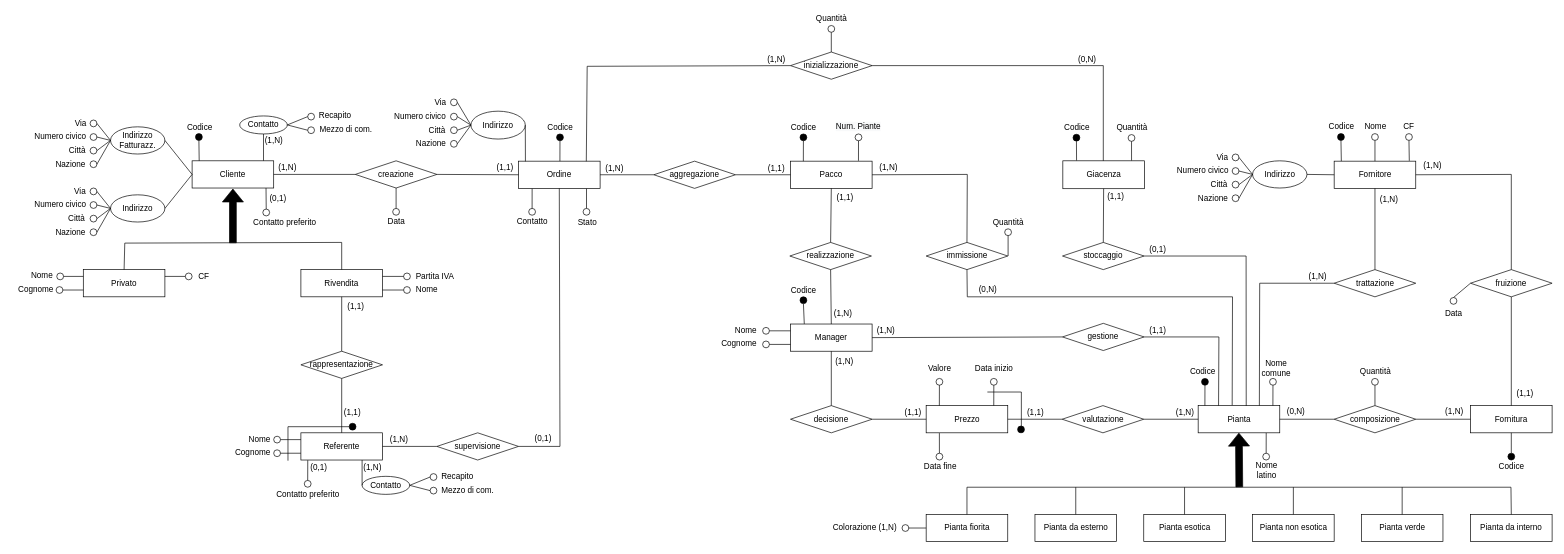
Earlier version of the draw.io diagram ER-diagrams/ER-master.drawio (nic-agos/Verde-S.R.L). Source tidied: cells renumbered, new cells numbered last; positions are measured from the earlier drawing's top-left corner, leaving out a move shared by most shapes. Both pictures are drawn from the tidied source at 68%, with x=0, y=0 at pixel (12, 12).
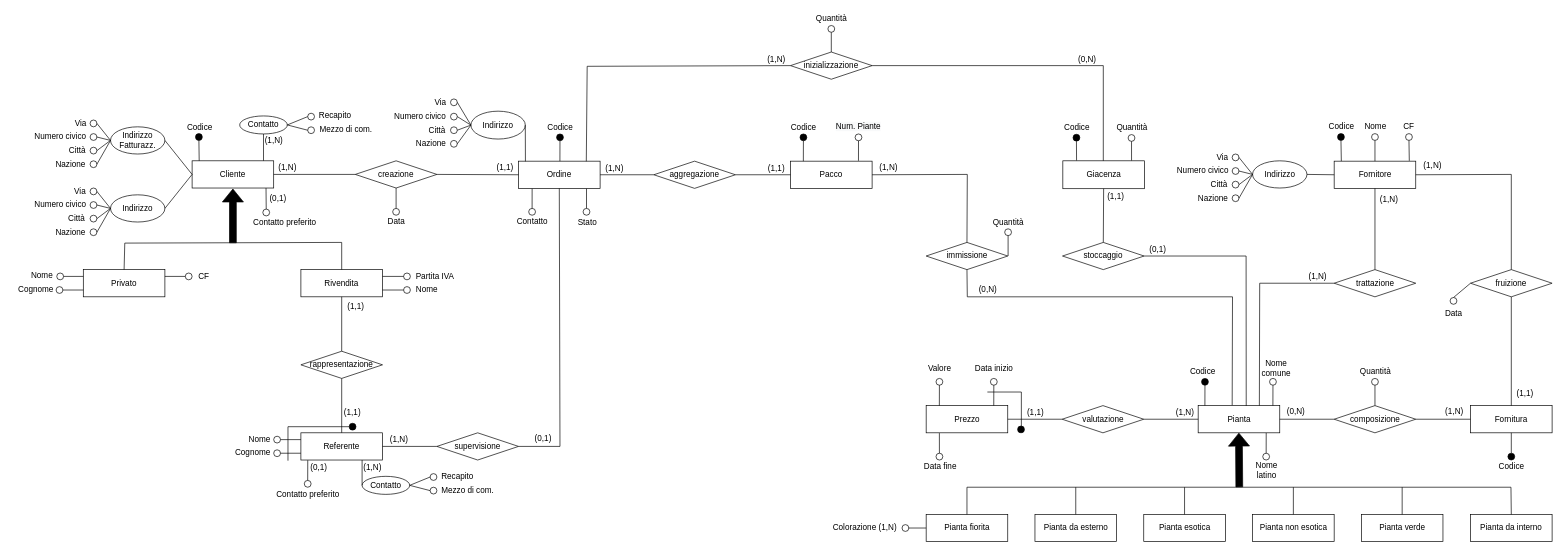
The same diagram, later.

The change refers to these unchanged cells:
```xml
<mxCell id="78" value="Pacco" style="rounded=0;whiteSpace=wrap;html=1;strokeWidth=1;perimeterSpacing=0;" parent="1" vertex="1">
  <mxGeometry x="1145" y="219.5" width="120" height="40" as="geometry" />
</mxCell>
<mxCell id="136" value="Pianta" style="rounded=0;whiteSpace=wrap;html=1;strokeWidth=1;perimeterSpacing=0;" parent="1" vertex="1">
  <mxGeometry x="1744.5" y="579" width="120" height="40" as="geometry" />
</mxCell>
<mxCell id="158" value="Prezzo" style="rounded=0;whiteSpace=wrap;html=1;strokeWidth=1;perimeterSpacing=0;" parent="1" vertex="1">
  <mxGeometry x="1344.5" y="579" width="120" height="40" as="geometry" />
</mxCell>
```

Diff of the diagram source:
```diff
@@
-    <mxCell id="172" value="Manager" style="rounded=0;whiteSpace=wrap;html=1;strokeWidth=1;perimeterSpacing=0;" parent="1" vertex="1">
-      <mxGeometry x="1145" y="459" width="120" height="40" as="geometry" />
-    </mxCell>
-    <mxCell id="173" value="realizzazione" style="rhombus;whiteSpace=wrap;html=1;" parent="1" vertex="1">
-      <mxGeometry x="1144" y="339" width="120" height="40" as="geometry" />
-    </mxCell>
-    <mxCell id="174" value="gestione" style="rhombus;whiteSpace=wrap;html=1;" parent="1" vertex="1">
-      <mxGeometry x="1545" y="458" width="120" height="40" as="geometry" />
-    </mxCell>
-    <mxCell id="175" value="decisione" style="rhombus;whiteSpace=wrap;html=1;" parent="1" vertex="1">
-      <mxGeometry x="1145" y="579" width="120" height="40" as="geometry" />
-    </mxCell>
-    <mxCell id="176" value="(1,N)" style="text;html=1;align=center;verticalAlign=middle;strokeColor=none;fillColor=none;" parent="1" vertex="1">
-      <mxGeometry x="1202" y="434" width="40" height="20" as="geometry" />
-    </mxCell>
-    <mxCell id="177" value="(1,1)" style="text;html=1;align=center;verticalAlign=middle;strokeColor=none;fillColor=none;" parent="1" vertex="1">
-      <mxGeometry x="1305" y="579" width="40" height="20" as="geometry" />
-    </mxCell>
-    <mxCell id="178" value="(1,N)" style="text;html=1;align=center;verticalAlign=middle;strokeColor=none;fillColor=none;" parent="1" vertex="1">
-      <mxGeometry x="1265" y="458" width="40" height="20" as="geometry" />
-    </mxCell>
-    <mxCell id="179" value="(1,N)" style="text;html=1;align=center;verticalAlign=middle;strokeColor=none;fillColor=none;" parent="1" vertex="1">
-      <mxGeometry x="1204" y="505" width="40" height="20" as="geometry" />
-    </mxCell>
-    <mxCell id="180" style="endArrow=none;html=1;rounded=0;entryX=0.5;entryY=1;entryDx=0;entryDy=0;exitX=0.5;exitY=0;exitDx=0;exitDy=0;" parent="1" edge="1" source="173" target="78">
-      <mxGeometry relative="1" as="geometry" />
-    </mxCell>
-    <mxCell id="181" style="endArrow=none;html=1;rounded=0;exitX=0.5;exitY=0;exitDx=0;exitDy=0;entryX=0.5;entryY=1;entryDx=0;entryDy=0;" parent="1" edge="1" source="172" target="173">
-      <mxGeometry relative="1" as="geometry" />
-    </mxCell>
-    <mxCell id="182" style="endArrow=none;html=1;rounded=0;exitX=0.5;exitY=0;exitDx=0;exitDy=0;entryX=0.5;entryY=1;entryDx=0;entryDy=0;" parent="1" edge="1" source="175" target="172">
-      <mxGeometry relative="1" as="geometry" />
-    </mxCell>
-    <mxCell id="183" style="endArrow=none;html=1;rounded=0;exitX=1;exitY=0.5;exitDx=0;exitDy=0;entryX=0;entryY=0.5;entryDx=0;entryDy=0;" parent="1" edge="1" source="175" target="158">
-      <mxGeometry relative="1" as="geometry" />
-    </mxCell>
-    <mxCell id="184" style="endArrow=none;html=1;rounded=0;exitX=1;exitY=0.5;exitDx=0;exitDy=0;entryX=0;entryY=0.5;entryDx=0;entryDy=0;" parent="1" edge="1" source="172" target="174">
-      <mxGeometry relative="1" as="geometry" />
-    </mxCell>
@@
-    <mxCell id="192" value="(1,1)" style="text;html=1;align=center;verticalAlign=middle;strokeColor=none;fillColor=none;" parent="1" vertex="1">
-      <mxGeometry x="1205" y="263" width="40" height="20" as="geometry" />
-    </mxCell>
@@
-    <mxCell id="207" value="(1,1)" style="text;html=1;align=center;verticalAlign=middle;strokeColor=none;fillColor=none;" parent="1" vertex="1">
-      <mxGeometry x="1664.5" y="458" width="40" height="20" as="geometry" />
-    </mxCell>
@@
-    <mxCell id="214" style="endArrow=none;html=1;rounded=0;exitX=1;exitY=0.5;exitDx=0;exitDy=0;entryX=0.25;entryY=0;entryDx=0;entryDy=0;" parent="1" edge="1" source="174" target="136">
-      <mxGeometry relative="1" as="geometry">
-        <Array as="points">
-          <mxPoint x="1775" y="478" />
-        </Array>
-      </mxGeometry>
-    </mxCell>
@@
-    <mxCell id="258" style="ellipse;whiteSpace=wrap;html=1;strokeWidth=1;fillColor=#000000;" parent="1" vertex="1">
-      <mxGeometry x="1159" y="419" width="10" height="10" as="geometry" />
-    </mxCell>
-    <mxCell id="259" style="endArrow=none;html=1;rounded=0;entryX=0.5;entryY=1;entryDx=0;entryDy=0;exitX=0.169;exitY=-0.004;exitDx=0;exitDy=0;exitPerimeter=0;" parent="1" edge="1" source="172" target="258">
-      <mxGeometry relative="1" as="geometry" />
-    </mxCell>
-    <mxCell id="260" value="Codice" style="text;html=1;align=center;verticalAlign=middle;strokeColor=none;fillColor=none;" parent="1" vertex="1">
-      <mxGeometry x="1139" y="400" width="50" height="20" as="geometry" />
-    </mxCell>
-    <mxCell id="261" style="ellipse;whiteSpace=wrap;html=1;strokeWidth=1;fillColor=none;" parent="1" vertex="1">
-      <mxGeometry x="1104" y="464" width="10" height="10" as="geometry" />
-    </mxCell>
-    <mxCell id="262" style="ellipse;whiteSpace=wrap;html=1;strokeWidth=1;fillColor=none;" parent="1" vertex="1">
-      <mxGeometry x="1104" y="484" width="10" height="10" as="geometry" />
-    </mxCell>
-    <mxCell id="263" style="endArrow=none;html=1;rounded=0;exitX=1;exitY=0.5;exitDx=0;exitDy=0;entryX=0;entryY=0.75;entryDx=0;entryDy=0;" parent="1" edge="1" source="262" target="172">
-      <mxGeometry relative="1" as="geometry" />
-    </mxCell>
-    <mxCell id="264" style="endArrow=none;html=1;rounded=0;exitX=1;exitY=0.5;exitDx=0;exitDy=0;entryX=0;entryY=0.25;entryDx=0;entryDy=0;" parent="1" edge="1" source="261" target="172">
-      <mxGeometry relative="1" as="geometry" />
-    </mxCell>
-    <mxCell id="265" value="Nome" style="text;html=1;align=center;verticalAlign=middle;strokeColor=none;fillColor=none;" parent="1" vertex="1">
-      <mxGeometry x="1054" y="458" width="50" height="20" as="geometry" />
-    </mxCell>
-    <mxCell id="266" value="Cognome" style="text;html=1;align=center;verticalAlign=middle;strokeColor=none;fillColor=none;" parent="1" vertex="1">
-      <mxGeometry x="1034" y="478" width="70" height="20" as="geometry" />
-    </mxCell>
```
